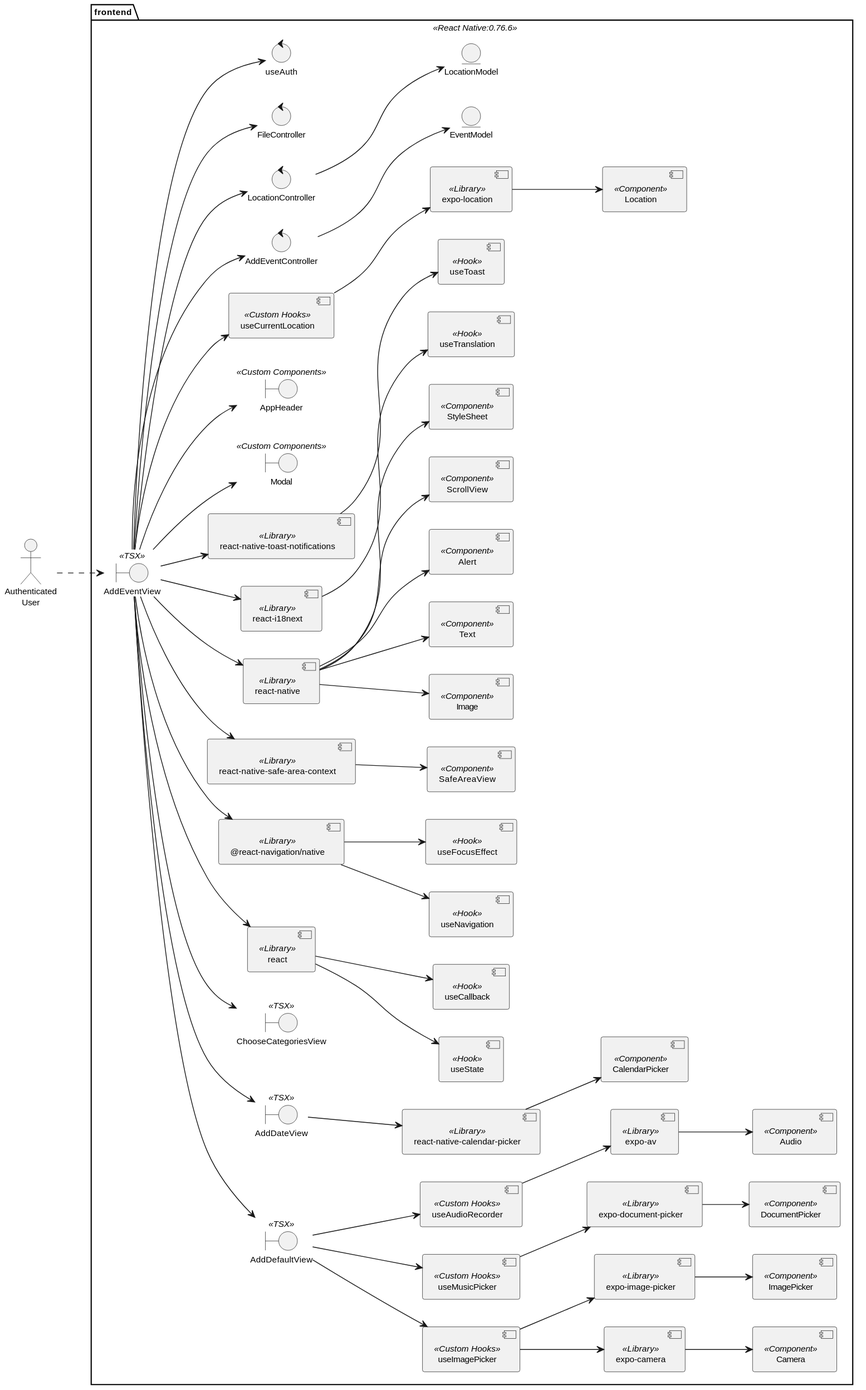
The PlantUML diagram Diseño/React Native/UC 6 Diseño/diagramas/DesignClassDiagram.svg in valeraruggierotesisucv/tesis-frameworks-mobile-diagrams, before a commit.
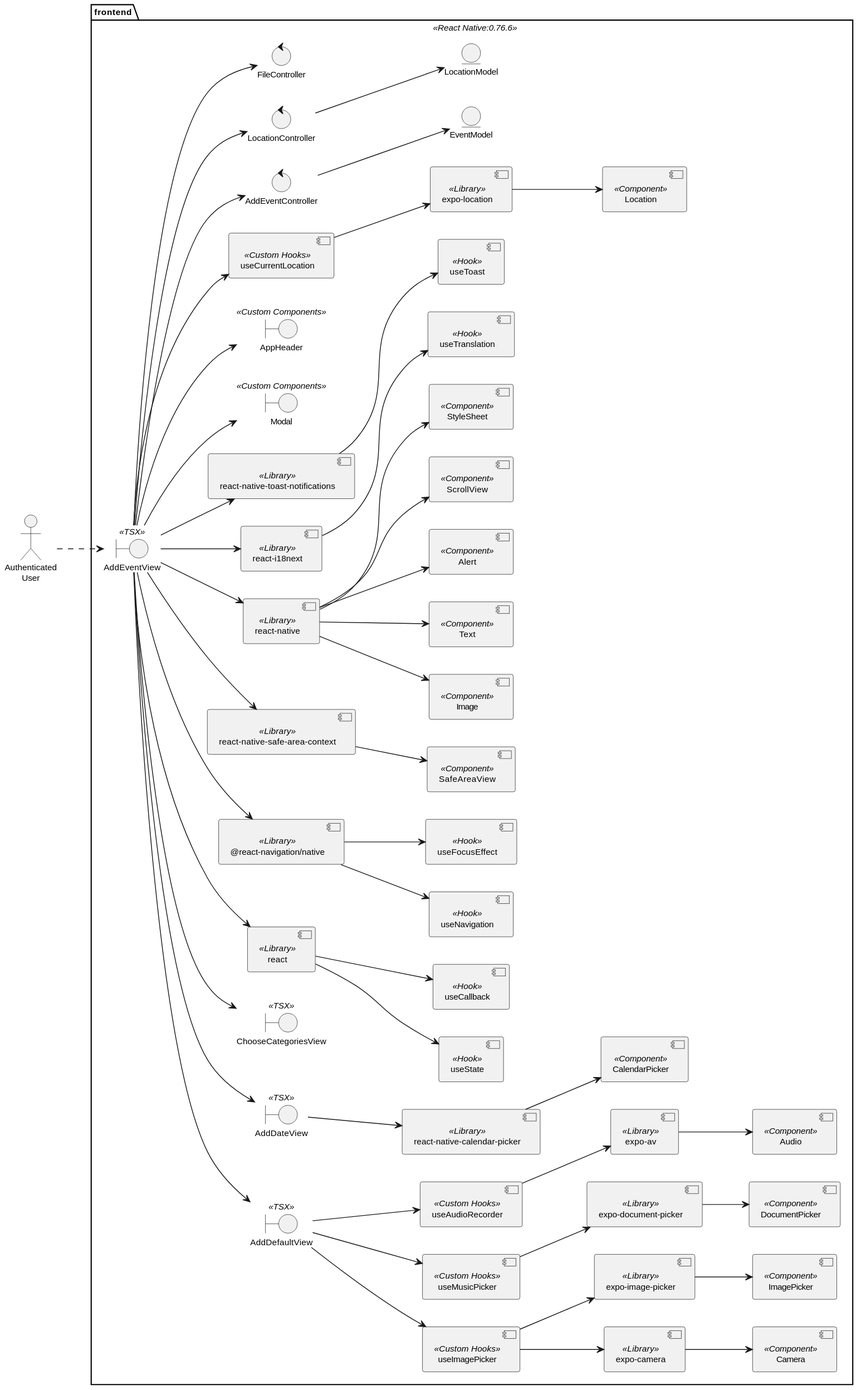
The same diagram one commit later.

Change to the diagram source:
```diff
@@ -66,7 +66,6 @@
     control "AddEventController" as AddEventController
     control "LocationController" as LocationController
     control "FileController" as FileController
-    control "useAuth" as useAuth
 
     entity "EventModel" as EventModel
     entity "LocationModel" as LocationModel
@@ -131,7 +130,6 @@
 addEventView --> AddEventController
 addEventView --> LocationController
 addEventView --> FileController
-addEventView --> useAuth
 
 AddEventController --> EventModel
 LocationController --> LocationModel
```
